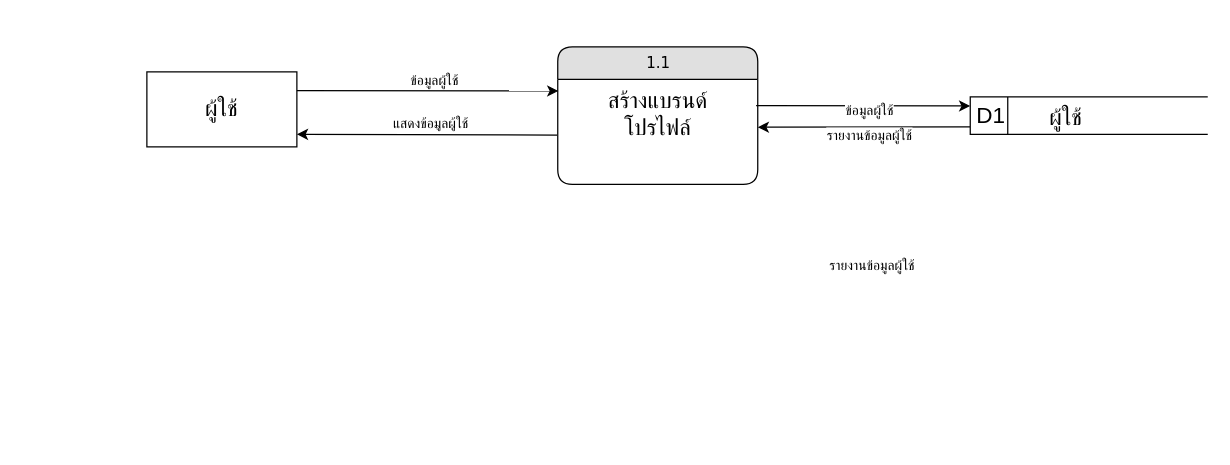
NewSnooker/it-udvc-pms keeps this draw.io diagram as dataflow-pms-1.0.drawio. Above is the earlier version. Source tidied: cells renumbered, new cells numbered last; positions are measured from the earlier drawing's top-left corner, leaving out a move shared by most shapes. Both pictures are drawn from the tidied source at 125%, with x=0, y=0 at pixel (146, 46).
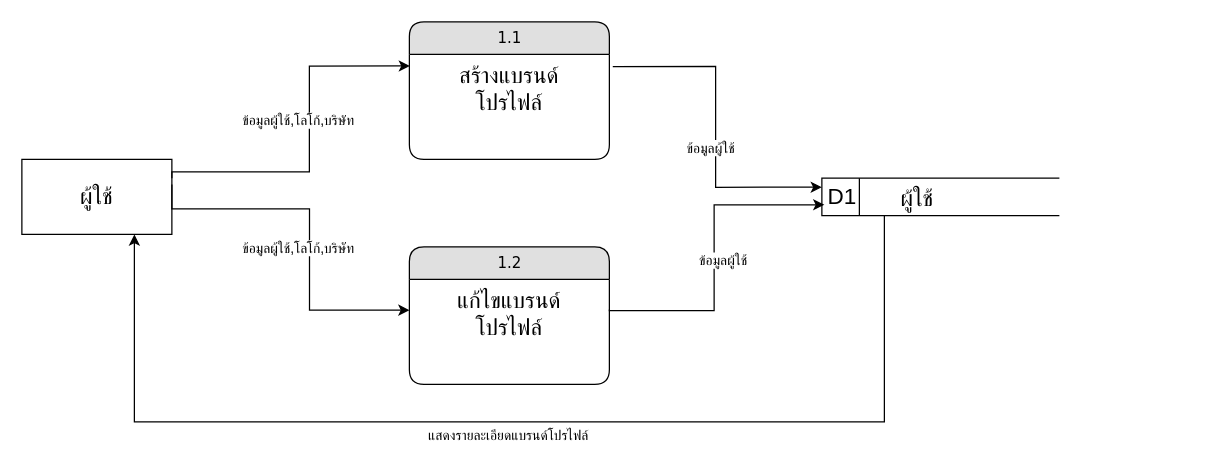
The same page after the edit.

Unchanged cells that the change refers to:
```xml
<mxCell id="3" value="&lt;span style=&quot;font-size: 18px;&quot;&gt;สร้างแบรนด์&lt;br&gt;โปรไฟล์&lt;/span&gt;" style="text;html=1;strokeColor=none;fillColor=none;spacingLeft=4;spacingRight=4;whiteSpace=wrap;overflow=hidden;points=[[0,0.5],[1,0.5]];portConstraint=eastwest;align=center;" parent="2" vertex="1">
  <mxGeometry y="26" width="160" height="54" as="geometry" />
</mxCell>
<mxCell id="10" value="&lt;font style=&quot;font-size: 18px;&quot;&gt;D1&lt;/font&gt;" style="html=1;dashed=0;whiteSpace=wrap;shape=mxgraph.dfd.dataStoreID;align=left;spacingLeft=3;points=[[0,0],[0.5,0],[1,0],[0,0.5],[1,0.5],[0,1],[0.5,1],[1,1]];" parent="9" vertex="1">
  <mxGeometry width="190" height="30" as="geometry" />
</mxCell>
```

Diff of the diagram source:
```diff
@@
     <mxCell id="2" value="1.1" style="swimlane;html=1;fontStyle=0;horizontal=1;startSize=26;fillColor=#e0e0e0;swimlaneFillColor=#ffffff;align=center;rounded=1;shadow=0;comic=0;labelBackgroundColor=none;strokeWidth=1;fontFamily=Verdana;fontSize=12;" parent="1" vertex="1">
-      <mxGeometry x="328.7" width="160" height="110" as="geometry" />
+      <mxGeometry x="210" y="-20" width="160" height="110" as="geometry" />
     </mxCell>
@@
     <mxCell id="4" value="&lt;span style=&quot;font-size: 18px; text-wrap-mode: nowrap;&quot;&gt;ผู้ใช้&lt;/span&gt;" style="rounded=0;whiteSpace=wrap;html=1;" parent="1" vertex="1">
-      <mxGeometry y="20" width="120" height="60" as="geometry" />
+      <mxGeometry x="-100" y="90" width="120" height="60" as="geometry" />
     </mxCell>
-    <mxCell id="5" style="endArrow=classic;html=1;rounded=0;exitX=1;exitY=0.25;exitDx=0;exitDy=0;entryX=0.003;entryY=0.172;entryDx=0;entryDy=0;entryPerimeter=0;" parent="1" edge="1" source="4" target="3">
-      <mxGeometry relative="1" as="geometry" />
+    <mxCell id="5" style="endArrow=classic;html=1;rounded=0;exitX=1;exitY=0.25;exitDx=0;exitDy=0;entryX=0.003;entryY=0.172;entryDx=0;entryDy=0;entryPerimeter=0;edgeStyle=orthogonalEdgeStyle;" parent="1" edge="1" source="4" target="3">
+      <mxGeometry relative="1" as="geometry">
+        <Array as="points">
+          <mxPoint x="20" y="100" />
+          <mxPoint x="130" y="100" />
+          <mxPoint x="130" y="15" />
+        </Array>
+      </mxGeometry>
     </mxCell>
-    <mxCell id="6" value="ข้อมูลผู้ใช้" style="edgeLabel;html=1;align=center;verticalAlign=middle;rotation=0;" parent="5" vertex="1">
+    <mxCell id="6" value="ข้อมูลผู้ใช้,โลโก้,บริษัท" style="edgeLabel;html=1;align=center;verticalAlign=middle;rotation=0;" parent="5" vertex="1">
       <mxGeometry x="-0.06" y="2" relative="1" as="geometry">
-        <mxPoint x="11" y="-7" as="offset" />
+        <mxPoint x="-8" y="-25" as="offset" />
       </mxGeometry>
     </mxCell>
-    <mxCell id="7" style="endArrow=classic;html=1;rounded=0;exitX=-0.003;exitY=0.826;exitDx=0;exitDy=0;entryX=1;entryY=0.833;entryDx=0;entryDy=0;entryPerimeter=0;exitPerimeter=0;" parent="1" edge="1" source="3" target="4">
-      <mxGeometry relative="1" as="geometry" />
-    </mxCell>
-    <mxCell id="8" value="แสดงข้อมูลผู้ใช้" style="edgeLabel;html=1;align=center;verticalAlign=middle;" parent="7" vertex="1">
-      <mxGeometry x="0.07" y="-2" relative="1" as="geometry">
-        <mxPoint x="9" y="-8" as="offset" />
-      </mxGeometry>
-    </mxCell>
     <mxCell id="9" style="group;" parent="1" vertex="1">
-      <mxGeometry x="658.7" y="40" width="190" height="30" as="geometry" />
+      <mxGeometry x="540" y="105" width="190" height="30" as="geometry" />
     </mxCell>
@@
-    <mxCell id="12" style="endArrow=classic;html=1;rounded=0;exitX=0.992;exitY=0.389;exitDx=0;exitDy=0;exitPerimeter=0;entryX=0;entryY=0.242;entryDx=0;entryDy=0;entryPerimeter=0;" parent="1" edge="1" target="10">
-      <mxGeometry relative="1" as="geometry">
-        <mxPoint x="487.4" y="47" as="sourcePoint" />
-      </mxGeometry>
+    <mxCell id="12" style="endArrow=classic;html=1;rounded=0;exitX=1.017;exitY=0.18;exitDx=0;exitDy=0;exitPerimeter=0;entryX=0;entryY=0.242;entryDx=0;entryDy=0;entryPerimeter=0;edgeStyle=orthogonalEdgeStyle;" parent="1" edge="1" source="3" target="10">
+      <mxGeometry relative="1" as="geometry" />
     </mxCell>
-    <mxCell id="13" style="endArrow=classic;html=1;rounded=0;exitX=-0.001;exitY=0.799;exitDx=0;exitDy=0;exitPerimeter=0;entryX=1;entryY=0.709;entryDx=0;entryDy=0;entryPerimeter=0;" parent="1" edge="1" source="10">
-      <mxGeometry relative="1" as="geometry">
-        <mxPoint x="488.7" y="64.3" as="targetPoint" />
-      </mxGeometry>
-    </mxCell>
     <mxCell id="14" value="ข้อมูลผู้ใช้" style="edgeLabel;html=1;align=center;verticalAlign=middle;" parent="1" vertex="1">
-      <mxGeometry x="577.7" y="50" as="geometry" />
+      <mxGeometry x="450" y="80" as="geometry" />
     </mxCell>
-    <mxCell id="15" value="รายงานข้อมูลผู้ใช้" style="edgeLabel;html=1;align=center;verticalAlign=middle;" parent="1" vertex="1">
-      <mxGeometry x="577.7" y="70" as="geometry" />
-    </mxCell>
-    <mxCell id="16" value="รายงานข้อมูลผู้ใช้" style="edgeLabel;html=1;align=center;verticalAlign=middle;" parent="1" vertex="1">
-      <mxGeometry x="579.7" y="174" as="geometry" />
-    </mxCell>
+    <mxCell id="17" value="1.2" style="swimlane;html=1;fontStyle=0;horizontal=1;startSize=26;fillColor=#e0e0e0;swimlaneFillColor=#ffffff;align=center;rounded=1;shadow=0;comic=0;labelBackgroundColor=none;strokeWidth=1;fontFamily=Verdana;fontSize=12;" parent="1" vertex="1">
+      <mxGeometry x="210" y="160" width="160" height="110" as="geometry" />
+    </mxCell>
+    <mxCell id="18" value="&lt;span style=&quot;font-size: 18px;&quot;&gt;แก้ไขแบรนด์&lt;br&gt;โปรไฟล์&lt;/span&gt;" style="text;html=1;strokeColor=none;fillColor=none;spacingLeft=4;spacingRight=4;whiteSpace=wrap;overflow=hidden;align=center;" parent="17" vertex="1">
+      <mxGeometry y="26" width="160" height="54" as="geometry" />
+    </mxCell>
+    <mxCell id="19" style="endArrow=classic;html=1;rounded=0;exitX=0.999;exitY=0.656;exitDx=0;exitDy=0;entryX=0.003;entryY=0.172;entryDx=0;entryDy=0;entryPerimeter=0;edgeStyle=orthogonalEdgeStyle;exitPerimeter=0;" parent="1" edge="1">
+      <mxGeometry relative="1" as="geometry">
+        <mxPoint x="20" y="110" as="sourcePoint" />
+        <mxPoint x="210.1" y="210.6" as="targetPoint" />
+        <Array as="points">
+          <mxPoint x="130.1" y="129.6" />
+          <mxPoint x="130.1" y="210.6" />
+        </Array>
+      </mxGeometry>
+    </mxCell>
+    <mxCell id="20" value="ข้อมูลผู้ใช้,โลโก้,บริษัท" style="edgeLabel;html=1;align=center;verticalAlign=middle;rotation=0;" parent="19" vertex="1">
+      <mxGeometry x="-0.06" y="2" relative="1" as="geometry">
+        <mxPoint x="-12" y="24" as="offset" />
+      </mxGeometry>
+    </mxCell>
+    <mxCell id="21" style="endArrow=classic;html=1;rounded=0;exitX=1.017;exitY=0.18;exitDx=0;exitDy=0;exitPerimeter=0;entryX=-0.009;entryY=0.711;entryDx=0;entryDy=0;entryPerimeter=0;edgeStyle=orthogonalEdgeStyle;" parent="1" edge="1">
+      <mxGeometry relative="1" as="geometry">
+        <mxPoint x="370" y="210" as="sourcePoint" />
+        <mxPoint x="542" y="126.3" as="targetPoint" />
+        <Array as="points">
+          <mxPoint x="453.8" y="211" />
+          <mxPoint x="453.8" y="126" />
+        </Array>
+      </mxGeometry>
+    </mxCell>
+    <mxCell id="22" value="ข้อมูลผู้ใช้" style="edgeLabel;html=1;align=center;verticalAlign=middle;" parent="1" vertex="1">
+      <mxGeometry x="460" y="170" as="geometry" />
+    </mxCell>
+    <mxCell id="23" style="endArrow=classic;html=1;rounded=0;exitX=0.999;exitY=0.656;exitDx=0;exitDy=0;edgeStyle=orthogonalEdgeStyle;exitPerimeter=0;entryX=0.5;entryY=1;entryDx=0;entryDy=0;" parent="1" edge="1">
+      <mxGeometry relative="1" as="geometry">
+        <mxPoint x="590" y="135" as="sourcePoint" />
+        <mxPoint x="-10" y="150" as="targetPoint" />
+        <Array as="points">
+          <mxPoint x="590" y="300" />
+          <mxPoint x="-10" y="300" />
+        </Array>
+      </mxGeometry>
+    </mxCell>
+    <mxCell id="24" value="แสดงรายละเอียดแบรนด์โปรไฟล์" style="edgeLabel;html=1;align=center;verticalAlign=middle;rotation=0;" parent="23" vertex="1">
+      <mxGeometry x="-0.06" y="2" relative="1" as="geometry">
+        <mxPoint x="-37" y="8" as="offset" />
+      </mxGeometry>
+    </mxCell>
```
